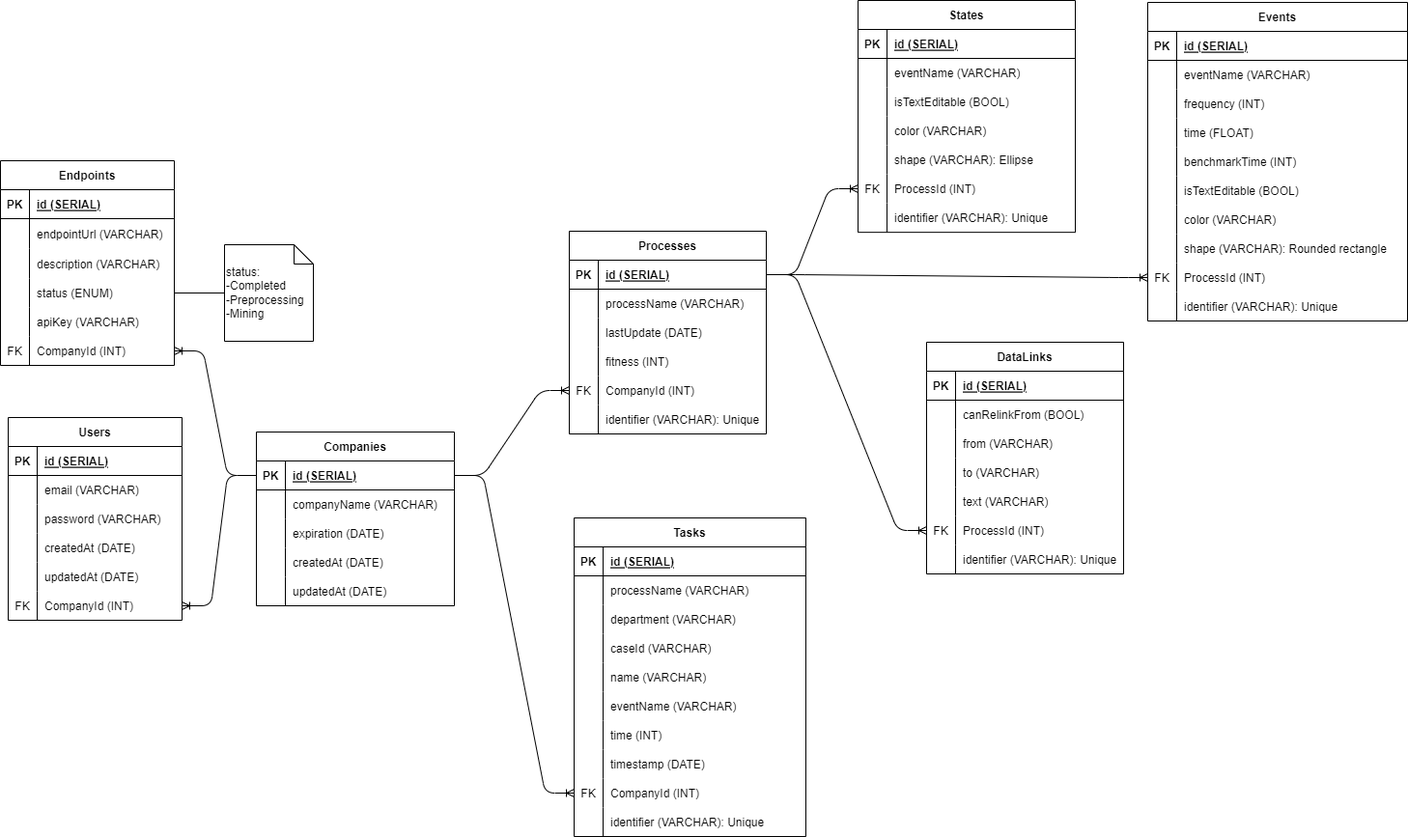
This is docs/ERD.drawio.png from Alexwilliam112/synapse, a draw.io export, as it was before one commit. Source tidied: cells renumbered, new cells last; positions are measured from the earlier drawing's top-left corner, leaving out a move shared by most shapes.
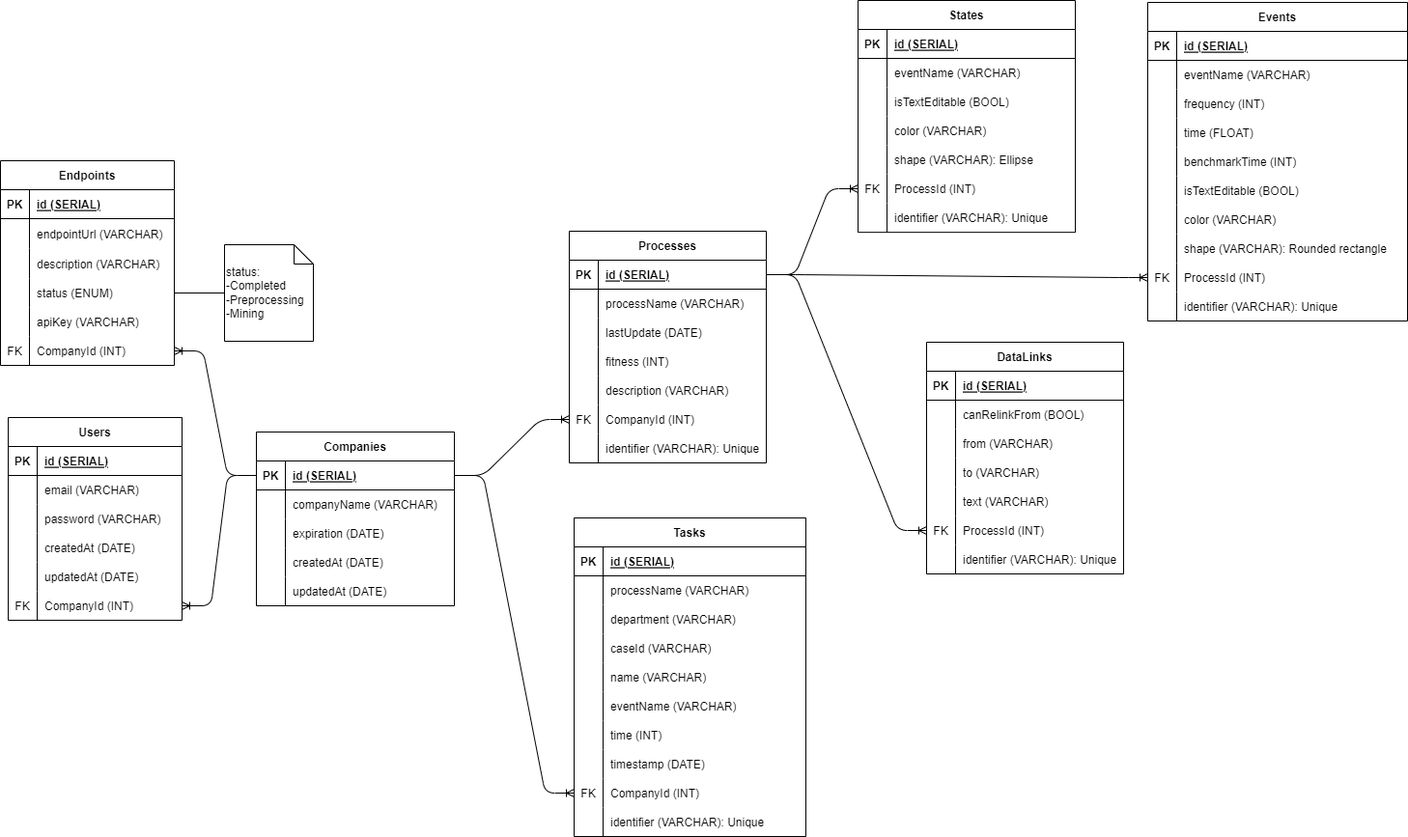
The same diagram one commit later.

The edit, as a diff of the source:
```diff
@@ -111,7 +111,7 @@
       <mxGeometry relative="1" as="geometry" />
     </mxCell>
     <mxCell id="38" value="Processes" style="shape=table;startSize=30;rowLines=0;fontStyle=1;align=center;" parent="1" vertex="1">
-      <mxGeometry x="589" y="239" width="204" height="210" as="geometry" />
+      <mxGeometry x="589" y="239" width="204" height="240" as="geometry" />
     </mxCell>
     <mxCell id="39" style="shape=tableRow;horizontal=0;startSize=0;swimlaneHead=0;swimlaneBody=0;fillColor=none;points=[[0,0.5],[1,0.5]];portConstraint=eastwest;top=0;left=0;right=0;bottom=1;" parent="38" vertex="1">
       <mxGeometry y="30" width="204" height="30" as="geometry" />
@@ -149,8 +149,17 @@
     <mxCell id="50" value="fitness (INT)" style="shape=partialRectangle;fillColor=none;top=0;left=0;bottom=0;right=0;align=left;spacingLeft=6;overflow=hidden;" parent="48" vertex="1">
       <mxGeometry x="30" width="174" height="30" as="geometry" />
     </mxCell>
+    <mxCell id="190" style="shape=tableRow;horizontal=0;startSize=0;swimlaneHead=0;swimlaneBody=0;fillColor=none;top=0;left=0;right=0;bottom=0;" parent="38" vertex="1">
+      <mxGeometry y="150" width="204" height="30" as="geometry" />
+    </mxCell>
+    <mxCell id="191" style="shape=partialRectangle;fillColor=none;top=0;left=0;bottom=0;right=0;overflow=hidden;" parent="190" vertex="1">
+      <mxGeometry width="30" height="30" as="geometry" />
+    </mxCell>
+    <mxCell id="192" value="description (VARCHAR)" style="shape=partialRectangle;fillColor=none;top=0;left=0;bottom=0;right=0;align=left;spacingLeft=6;overflow=hidden;" parent="190" vertex="1">
+      <mxGeometry x="30" width="174" height="30" as="geometry" />
+    </mxCell>
     <mxCell id="51" style="shape=tableRow;horizontal=0;startSize=0;swimlaneHead=0;swimlaneBody=0;fillColor=none;points=[[0,0.5],[1,0.5]];portConstraint=eastwest;top=0;left=0;right=0;bottom=0;" parent="38" vertex="1">
-      <mxGeometry y="150" width="204" height="30" as="geometry" />
+      <mxGeometry y="180" width="204" height="30" as="geometry" />
     </mxCell>
     <mxCell id="52" value="FK" style="shape=partialRectangle;fillColor=none;top=0;left=0;bottom=0;right=0;overflow=hidden;" parent="51" vertex="1">
       <mxGeometry width="30" height="30" as="geometry" />
@@ -159,7 +168,7 @@
       <mxGeometry x="30" width="174" height="30" as="geometry" />
     </mxCell>
     <mxCell id="54" style="shape=tableRow;horizontal=0;startSize=0;swimlaneHead=0;swimlaneBody=0;fillColor=none;top=0;left=0;right=0;bottom=0;" parent="38" vertex="1">
-      <mxGeometry y="180" width="204" height="30" as="geometry" />
+      <mxGeometry y="210" width="204" height="30" as="geometry" />
     </mxCell>
     <mxCell id="55" style="shape=partialRectangle;fillColor=none;top=0;left=0;bottom=0;right=0;overflow=hidden;" parent="54" vertex="1">
       <mxGeometry width="30" height="30" as="geometry" />
```
